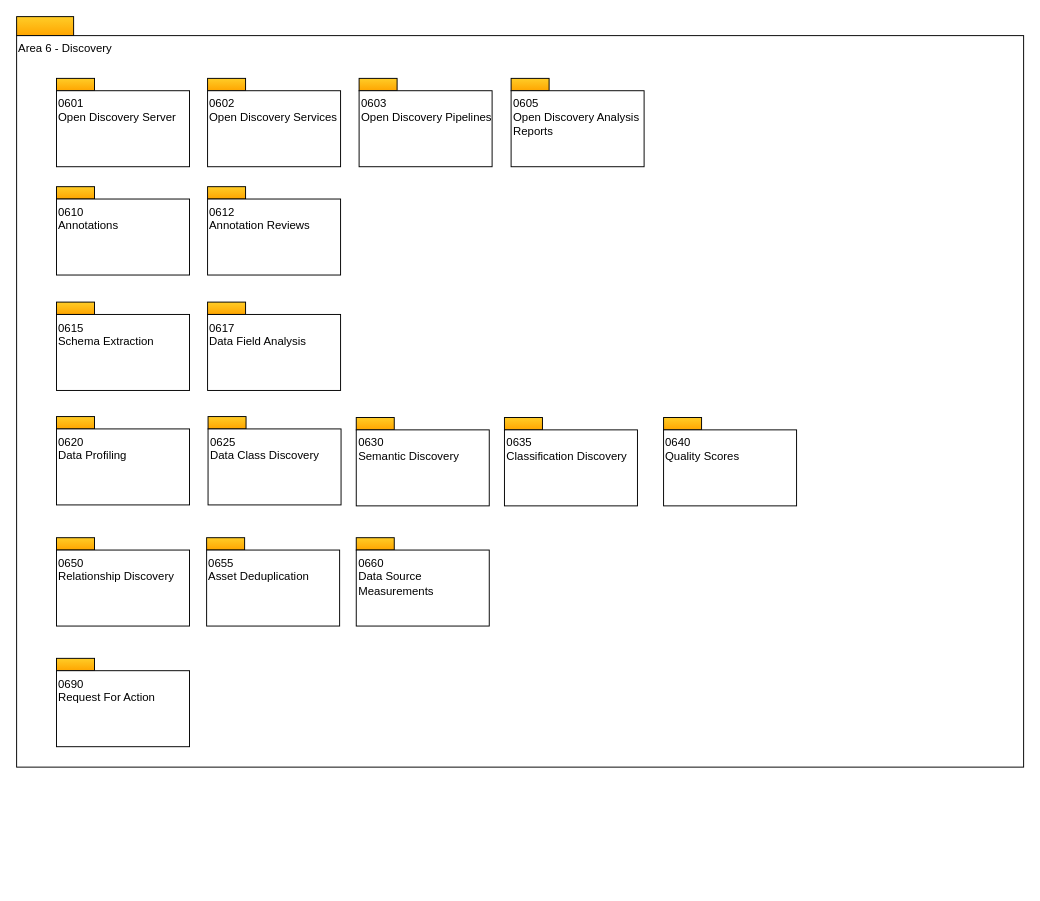
odpi/egeria keeps this draw.io diagram as page "overview" (1 of 16) of open-metadata-publication/website/open-metadata-types/area-6-discovery.drawio. Above is the earlier version. Source tidied: cells renumbered, new cells numbered last; positions are measured from the earlier drawing's top-left corner, leaving out a move shared by most shapes. Both pictures are drawn from the tidied source at 95%, with x=0, y=0 at pixel (16, 16).
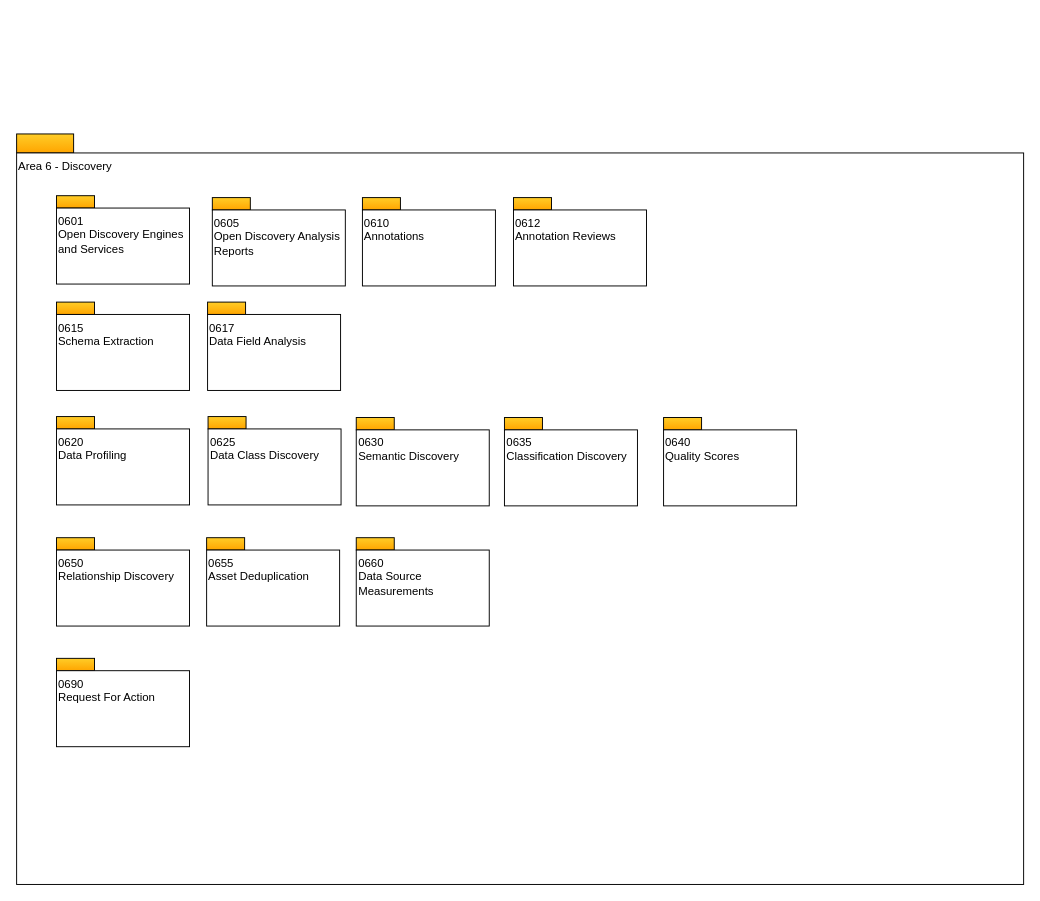
The same page after the edit.

The edit, as a diff of the source:
```diff
@@
     <mxCell id="2" style="rounded=0;whiteSpace=wrap;html=1;align=left;fillColor=#ffcd28;strokeColor=#000000;gradientColor=#ffa500;" parent="1" vertex="1">
-      <mxGeometry width="60" height="20" as="geometry" />
+      <mxGeometry y="123.5" width="60" height="20" as="geometry" />
     </mxCell>
     <mxCell id="3" value="Area 6 - Discovery" style="rounded=0;whiteSpace=wrap;html=1;align=left;verticalAlign=top;" parent="1" vertex="1">
-      <mxGeometry y="20" width="1060" height="770" as="geometry" />
+      <mxGeometry y="143.5" width="1060" height="770" as="geometry" />
     </mxCell>
     <mxCell id="4" style="rounded=0;whiteSpace=wrap;html=1;align=left;fillColor=#ffcd28;strokeColor=#000000;gradientColor=#ffa500;" parent="1" vertex="1">
-      <mxGeometry x="42" y="65" width="40" height="13" as="geometry" />
+      <mxGeometry x="42" y="188.5" width="40" height="13" as="geometry" />
     </mxCell>
-    <mxCell id="5" value="0601&lt;br&gt;Open Discovery Server" style="rounded=0;whiteSpace=wrap;html=1;align=left;verticalAlign=top;" parent="1" vertex="1">
-      <mxGeometry x="42" y="78" width="140" height="80" as="geometry" />
+    <mxCell id="5" value="0601&lt;br&gt;Open Discovery Engines and Services" style="rounded=0;whiteSpace=wrap;html=1;align=left;verticalAlign=top;" parent="1" vertex="1">
+      <mxGeometry x="42" y="201.5" width="140" height="80" as="geometry" />
     </mxCell>
-    <mxCell id="6" style="rounded=0;whiteSpace=wrap;html=1;align=left;fillColor=#ffcd28;strokeColor=#000000;gradientColor=#ffa500;" parent="1" vertex="1">
-      <mxGeometry x="201" y="65" width="40" height="13" as="geometry" />
-    </mxCell>
-    <mxCell id="7" value="0602&lt;br&gt;Open Discovery Services" style="rounded=0;whiteSpace=wrap;html=1;align=left;verticalAlign=top;" parent="1" vertex="1">
-      <mxGeometry x="201" y="78" width="140" height="80" as="geometry" />
-    </mxCell>
-    <mxCell id="8" style="rounded=0;whiteSpace=wrap;html=1;align=left;fillColor=#ffcd28;strokeColor=#000000;gradientColor=#ffa500;" parent="1" vertex="1">
-      <mxGeometry x="360.5" y="65" width="40" height="13" as="geometry" />
-    </mxCell>
-    <mxCell id="9" value="0603&lt;br&gt;Open Discovery Pipelines" style="rounded=0;whiteSpace=wrap;html=1;align=left;verticalAlign=top;" parent="1" vertex="1">
-      <mxGeometry x="360.5" y="78" width="140" height="80" as="geometry" />
-    </mxCell>
     <mxCell id="10" style="rounded=0;whiteSpace=wrap;html=1;align=left;fillColor=#ffcd28;strokeColor=#000000;gradientColor=#ffa500;" parent="1" vertex="1">
-      <mxGeometry x="42" y="179" width="40" height="13" as="geometry" />
+      <mxGeometry x="364" y="190.5" width="40" height="13" as="geometry" />
     </mxCell>
     <mxCell id="11" value="0610&lt;br&gt;Annotations" style="rounded=0;whiteSpace=wrap;html=1;align=left;verticalAlign=top;" parent="1" vertex="1">
-      <mxGeometry x="42" y="192" width="140" height="80" as="geometry" />
+      <mxGeometry x="364" y="203.5" width="140" height="80" as="geometry" />
     </mxCell>
     <mxCell id="12" style="rounded=0;whiteSpace=wrap;html=1;align=left;fillColor=#ffcd28;strokeColor=#000000;gradientColor=#ffa500;" parent="1" vertex="1">
-      <mxGeometry x="201" y="179" width="40" height="13" as="geometry" />
+      <mxGeometry x="523" y="190.5" width="40" height="13" as="geometry" />
     </mxCell>
     <mxCell id="13" value="0612&lt;br&gt;Annotation Reviews" style="rounded=0;whiteSpace=wrap;html=1;align=left;verticalAlign=top;" parent="1" vertex="1">
-      <mxGeometry x="201" y="192" width="140" height="80" as="geometry" />
+      <mxGeometry x="523" y="203.5" width="140" height="80" as="geometry" />
     </mxCell>
     <mxCell id="14" style="rounded=0;whiteSpace=wrap;html=1;align=left;fillColor=#ffcd28;strokeColor=#000000;gradientColor=#ffa500;" parent="1" vertex="1">
-      <mxGeometry x="520.5" y="65" width="40" height="13" as="geometry" />
+      <mxGeometry x="206" y="190.5" width="40" height="13" as="geometry" />
     </mxCell>
     <mxCell id="15" value="0605&lt;br&gt;Open Discovery Analysis Reports" style="rounded=0;whiteSpace=wrap;html=1;align=left;verticalAlign=top;" parent="1" vertex="1">
-      <mxGeometry x="520.5" y="78" width="140" height="80" as="geometry" />
+      <mxGeometry x="206" y="203.5" width="140" height="80" as="geometry" />
     </mxCell>
```
